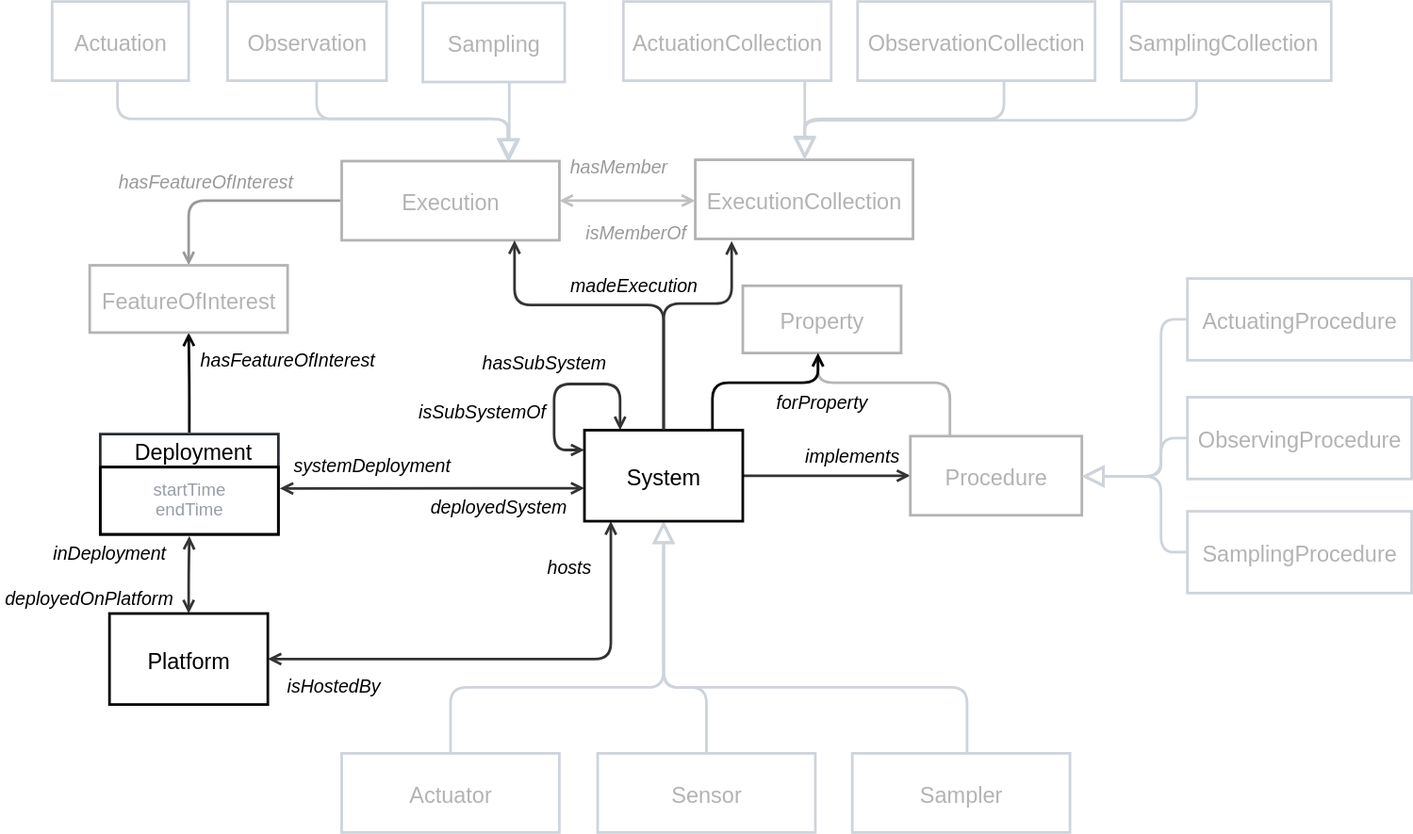
Earlier version of the draw.io export ssn/images/System.svg (w3c/sdw-sosa-ssn). Source tidied: cells renumbered, new cells last; positions are measured from the earlier drawing's top-left corner, leaving out a move shared by most shapes.
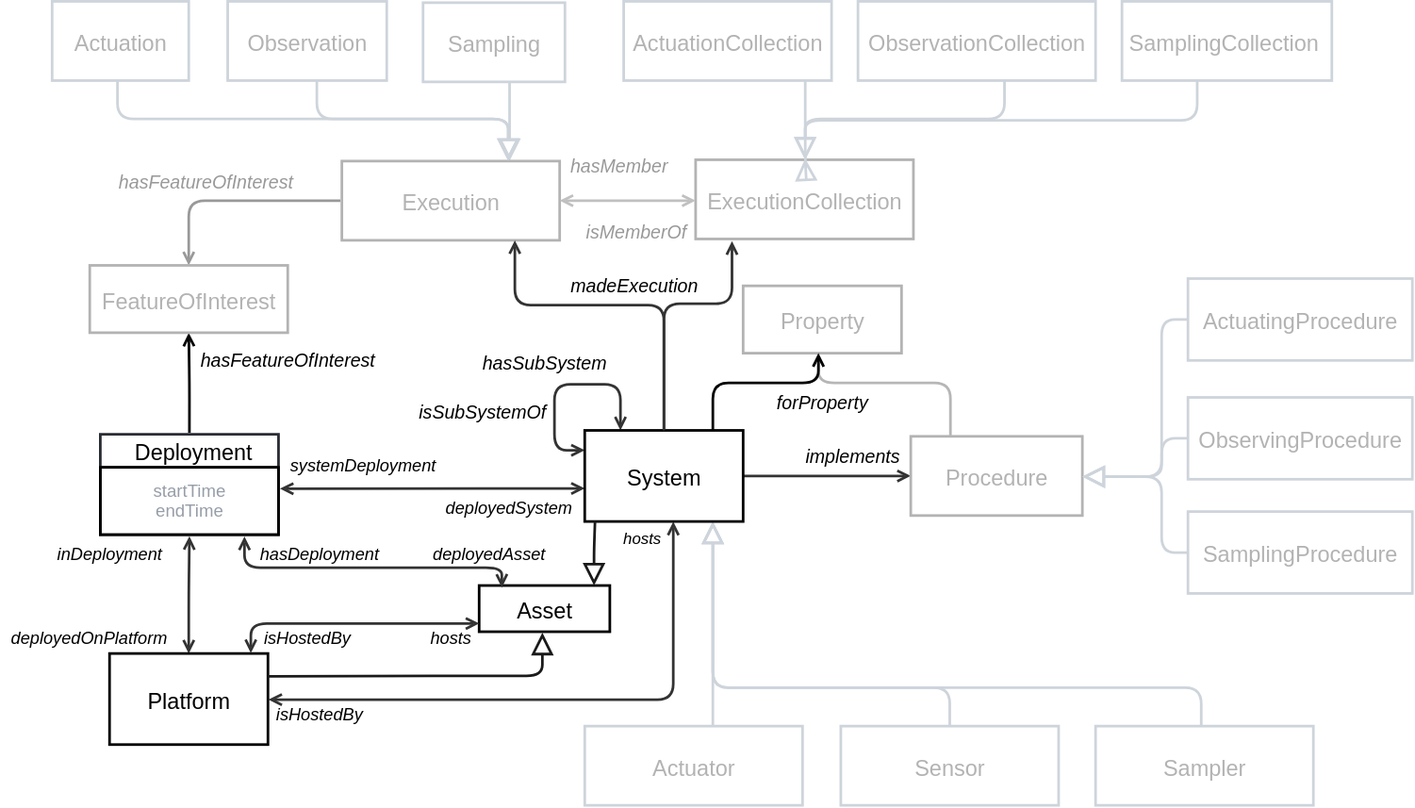
Above is the later version.

Commit message:
Add Asset class

The edit, as a diff of the source:
```diff
@@ -5,35 +5,35 @@
     <mxCell id="2" style="html=1;jettySize=18;whiteSpace=wrap;fontSize=13;strokeColor=#ced4db;strokeOpacity=100;strokeWidth=2;rounded=1;arcSize=24;edgeStyle=orthogonalEdgeStyle;startArrow=none;lucidId=mZ7gNv0EZhdO;endArrow=block;endFill=0;endSize=12;convertToSvg=1;fontColor=default;" parent="1" edge="1" source="5" target="39">
       <mxGeometry relative="1" as="geometry">
         <Array as="points">
-          <mxPoint x="341" y="520" />
-          <mxPoint x="503" y="520" />
+          <mxPoint x="540" y="469" />
+          <mxPoint x="540" y="469" />
         </Array>
       </mxGeometry>
     </mxCell>
     <mxCell id="3" style="html=1;jettySize=18;whiteSpace=wrap;fontSize=13;strokeColor=#ced4db;strokeOpacity=100;strokeWidth=2;rounded=1;arcSize=24;edgeStyle=orthogonalEdgeStyle;startArrow=none;lucidId=mZ7gj8rKbnH2;endArrow=block;endFill=0;endSize=12;convertToSvg=1;fontColor=default;" parent="1" edge="1" source="6" target="39">
       <mxGeometry relative="1" as="geometry">
         <Array as="points">
-          <mxPoint x="535" y="520" />
-          <mxPoint x="503" y="520" />
+          <mxPoint x="720" y="520" />
+          <mxPoint x="540" y="520" />
         </Array>
       </mxGeometry>
     </mxCell>
     <mxCell id="4" style="html=1;jettySize=18;whiteSpace=wrap;fontSize=13;strokeColor=#ced4db;strokeOpacity=100;strokeWidth=2;rounded=1;arcSize=24;edgeStyle=orthogonalEdgeStyle;startArrow=none;lucidId=mZ7gQO0Ui_TG;endArrow=block;endFill=0;endSize=12;convertToSvg=1;fontColor=default;" parent="1" edge="1" source="7" target="39">
       <mxGeometry relative="1" as="geometry">
         <Array as="points">
-          <mxPoint x="733" y="520" />
-          <mxPoint x="503" y="520" />
+          <mxPoint x="910" y="520" />
+          <mxPoint x="540" y="520" />
         </Array>
       </mxGeometry>
     </mxCell>
     <mxCell id="5" value="Actuator" style="html=1;overflow=block;blockSpacing=1;whiteSpace=wrap;fontSize=16.8;align=center;spacing=0;strokeColor=#ced4db;strokeOpacity=100;fillColor=none;strokeWidth=2;convertToSvg=1;fontColor=#B3B3B3;" parent="1" vertex="1">
-      <mxGeometry x="259" y="570" width="165" height="60" as="geometry" />
+      <mxGeometry x="443" y="549" width="165" height="60" as="geometry" />
     </mxCell>
     <mxCell id="6" value="Sensor" style="html=1;overflow=block;blockSpacing=1;whiteSpace=wrap;fontSize=16.8;align=center;spacing=0;strokeColor=#ced4db;strokeOpacity=100;fillColor=none;strokeWidth=2;convertToSvg=1;fontColor=#B3B3B3;" parent="1" vertex="1">
-      <mxGeometry x="453" y="570" width="165" height="60" as="geometry" />
+      <mxGeometry x="637" y="549" width="165" height="60" as="geometry" />
     </mxCell>
     <mxCell id="7" value="Sampler" style="html=1;overflow=block;blockSpacing=1;whiteSpace=wrap;fontSize=16.8;align=center;spacing=0;strokeColor=#ced4db;strokeOpacity=100;fillColor=none;strokeWidth=2;convertToSvg=1;fontColor=#B3B3B3;" parent="1" vertex="1">
-      <mxGeometry x="646" y="570" width="165" height="60" as="geometry" />
+      <mxGeometry x="830" y="549" width="165" height="60" as="geometry" />
     </mxCell>
     <mxCell id="8" style="html=1;jettySize=18;whiteSpace=wrap;fontSize=13;strokeColor=#333333;strokeOpacity=100;strokeWidth=2;rounded=1;arcSize=24;edgeStyle=orthogonalEdgeStyle;startArrow=open;endArrow=open;entryX=1.008;entryY=0.726;entryPerimeter=0;lucidId=HEhh1fu0rY2y;convertToSvg=1;fontColor=default;" parent="1" edge="1">
       <mxGeometry relative="1" as="geometry">
@@ -57,33 +57,33 @@
     <mxCell id="10" value="hasSubSystem" style="html=1;overflow=block;blockSpacing=1;whiteSpace=wrap;fontSize=14;fontColor=default;fontStyle=2;align=center;spacing=0;strokeColor=none;strokeOpacity=100;fillOpacity=100;fillColor=none;strokeWidth=2;lucidId=dFhhneJ8cAa3;convertToSvg=1;" parent="1" vertex="1">
       <mxGeometry x="352.5" y="258" width="120" height="30" as="geometry" />
     </mxCell>
-    <mxCell id="11" value="systemDeployment" style="html=1;overflow=block;blockSpacing=1;whiteSpace=wrap;fontSize=14;fontColor=default;fontStyle=2;align=center;spacing=0;strokeColor=none;strokeOpacity=100;fillOpacity=100;fillColor=none;strokeWidth=2;lucidId=FFhhL7GxmDA3;convertToSvg=1;" parent="1" vertex="1">
-      <mxGeometry x="218" y="335" width="128" height="31" as="geometry" />
+    <mxCell id="11" value="systemDeployment" style="html=1;overflow=block;blockSpacing=1;whiteSpace=wrap;fontSize=13;fontColor=default;fontStyle=2;align=center;spacing=0;strokeColor=none;strokeOpacity=100;fillOpacity=100;fillColor=none;strokeWidth=2;lucidId=FFhhL7GxmDA3;convertToSvg=1;" parent="1" vertex="1">
+      <mxGeometry x="211" y="335" width="128" height="31" as="geometry" />
     </mxCell>
-    <mxCell id="12" value="deployedSystem" style="html=1;overflow=block;blockSpacing=1;whiteSpace=wrap;fontSize=14;fontColor=default;fontStyle=2;align=center;spacing=0;strokeColor=none;strokeOpacity=100;fillOpacity=100;fillColor=none;strokeWidth=2;lucidId=RFhhXdKV9XZ2;convertToSvg=1;" parent="1" vertex="1">
-      <mxGeometry x="313" y="366" width="130" height="33" as="geometry" />
+    <mxCell id="12" value="deployedSystem" style="html=1;overflow=block;blockSpacing=1;whiteSpace=wrap;fontSize=13;fontColor=default;fontStyle=2;align=center;spacing=0;strokeColor=none;strokeOpacity=100;fillOpacity=100;fillColor=none;strokeWidth=2;lucidId=RFhhXdKV9XZ2;convertToSvg=1;" parent="1" vertex="1">
+      <mxGeometry x="320.5" y="366" width="130" height="33" as="geometry" />
     </mxCell>
-    <mxCell id="13" style="html=1;jettySize=18;whiteSpace=wrap;fontSize=13;strokeColor=#333333;strokeOpacity=100;strokeWidth=2;rounded=1;arcSize=24;edgeStyle=orthogonalEdgeStyle;startArrow=open;endArrow=open;lucidId=KGhhT0ZmS~lI;convertToSvg=1;fontColor=default;" parent="1" edge="1" source="37" target="39">
+    <mxCell id="13" style="html=1;jettySize=18;whiteSpace=wrap;fontSize=13;strokeColor=#333333;strokeOpacity=100;strokeWidth=2;rounded=1;arcSize=24;edgeStyle=orthogonalEdgeStyle;startArrow=open;endArrow=open;lucidId=KGhhT0ZmS~lI;convertToSvg=1;fontColor=default;entryX=0.559;entryY=1.001;entryDx=0;entryDy=0;entryPerimeter=0;exitX=1.003;exitY=0.507;exitDx=0;exitDy=0;exitPerimeter=0;" parent="1" edge="1" source="37" target="39">
       <mxGeometry relative="1" as="geometry">
         <Array as="points">
-          <mxPoint x="463" y="498" />
+          <mxPoint x="510" y="529" />
         </Array>
       </mxGeometry>
     </mxCell>
-    <mxCell id="14" value="isHostedBy" style="html=1;overflow=block;blockSpacing=1;whiteSpace=wrap;fontSize=14;fontColor=default;fontStyle=2;align=center;spacing=0;strokeColor=none;strokeOpacity=100;fillOpacity=100;fillColor=none;strokeWidth=2;lucidId=RGhhCfsLPrvG;convertToSvg=1;" parent="1" vertex="1">
-      <mxGeometry x="203" y="508" width="100" height="20" as="geometry" />
+    <mxCell id="14" value="isHostedBy" style="html=1;overflow=block;blockSpacing=1;whiteSpace=wrap;fontSize=13;fontColor=default;fontStyle=2;align=center;spacing=0;strokeColor=none;strokeOpacity=100;fillOpacity=100;fillColor=none;strokeWidth=2;lucidId=RGhhCfsLPrvG;convertToSvg=1;" parent="1" vertex="1">
+      <mxGeometry x="182.8" y="471.5" width="100" height="20" as="geometry" />
     </mxCell>
-    <mxCell id="15" value="hosts" style="html=1;overflow=block;blockSpacing=1;whiteSpace=wrap;fontSize=14;fontColor=default;fontStyle=2;align=center;spacing=0;strokeColor=none;strokeOpacity=100;fillOpacity=100;fillColor=none;strokeWidth=2;lucidId=8Ghhq_Vs2Scc;convertToSvg=1;" parent="1" vertex="1">
-      <mxGeometry x="403" y="416" width="57" height="24" as="geometry" />
+    <mxCell id="15" value="hosts" style="html=1;overflow=block;blockSpacing=1;whiteSpace=wrap;fontSize=12;fontColor=default;fontStyle=2;align=center;spacing=0;strokeColor=none;strokeOpacity=100;fillOpacity=100;fillColor=none;strokeWidth=2;lucidId=8Ghhq_Vs2Scc;convertToSvg=1;" parent="1" vertex="1">
+      <mxGeometry x="458" y="394" width="57" height="24" as="geometry" />
     </mxCell>
     <mxCell id="16" style="html=1;jettySize=18;whiteSpace=wrap;fontSize=13;strokeColor=#333333;strokeOpacity=100;strokeWidth=2;rounded=1;arcSize=24;edgeStyle=orthogonalEdgeStyle;startArrow=open;endArrow=open;entryX=0.5;entryY=1.015;entryPerimeter=0;lucidId=6Hhh0aeOlLre;convertToSvg=1;fontColor=default;" parent="1" edge="1" source="37" target="32">
       <mxGeometry relative="1" as="geometry" />
     </mxCell>
-    <mxCell id="17" value="inDeployment" style="html=1;overflow=block;blockSpacing=1;whiteSpace=wrap;fontSize=14;fontColor=default;fontStyle=2;align=center;spacing=0;strokeColor=none;strokeOpacity=100;fillOpacity=100;fillColor=none;strokeWidth=2;lucidId=cIhhUauUb0li;convertToSvg=1;" parent="1" vertex="1">
+    <mxCell id="17" value="inDeployment" style="html=1;overflow=block;blockSpacing=1;whiteSpace=wrap;fontSize=13;fontColor=default;fontStyle=2;align=center;spacing=0;strokeColor=none;strokeOpacity=100;fillOpacity=100;fillColor=none;strokeWidth=2;lucidId=cIhhUauUb0li;convertToSvg=1;" parent="1" vertex="1">
       <mxGeometry x="23" y="410" width="120" height="15" as="geometry" />
     </mxCell>
-    <mxCell id="18" value="deployedOnPlatform" style="html=1;overflow=block;blockSpacing=1;whiteSpace=wrap;fontSize=14;fontColor=default;fontStyle=2;align=center;spacing=0;strokeColor=none;strokeOpacity=100;fillOpacity=100;fillColor=none;strokeWidth=2;lucidId=qIhhbQgKS0fw;convertToSvg=1;" parent="1" vertex="1">
-      <mxGeometry y="439" width="135" height="25" as="geometry" />
+    <mxCell id="18" value="deployedOnPlatform" style="html=1;overflow=block;blockSpacing=1;whiteSpace=wrap;fontSize=13;fontColor=default;fontStyle=2;align=center;spacing=0;strokeColor=none;strokeOpacity=100;fillOpacity=100;fillColor=none;strokeWidth=2;lucidId=qIhhbQgKS0fw;convertToSvg=1;" parent="1" vertex="1">
+      <mxGeometry y="469" width="135" height="25" as="geometry" />
     </mxCell>
     <mxCell id="19" value="forProperty" style="html=1;overflow=block;blockSpacing=1;whiteSpace=wrap;fontSize=14;fontStyle=2;align=center;spacing=0;strokeColor=none;strokeOpacity=100;fillOpacity=100;fillColor=none;strokeWidth=2;lucidId=9-flyV7V.OQu;convertToSvg=1;fontColor=default;" parent="1" vertex="1">
       <mxGeometry x="574" y="288" width="98" height="30" as="geometry" />
@@ -160,7 +160,7 @@
       <mxGeometry x="68" y="200" width="150" height="51" as="geometry" />
     </mxCell>
     <mxCell id="37" value="Platform" style="html=1;overflow=block;blockSpacing=1;whiteSpace=wrap;fontSize=16.8;align=center;spacing=0;strokeOpacity=100;fillColor=none;strokeWidth=2;strokeColor=default;convertToSvg=1;fontColor=default;" parent="1" vertex="1">
-      <mxGeometry x="83" y="464" width="120" height="69" as="geometry" />
+      <mxGeometry x="83" y="494" width="120" height="69" as="geometry" />
     </mxCell>
     <mxCell id="38" value="Procedure" style="html=1;overflow=block;blockSpacing=1;whiteSpace=wrap;fontSize=16.8;align=center;spacing=0;strokeColor=#B3B3B3;strokeOpacity=100;fillColor=none;strokeWidth=2;convertToSvg=1;fontColor=#B3B3B3;" parent="1" vertex="1">
       <mxGeometry x="690" y="329.5" width="130" height="60" as="geometry" />
@@ -290,5 +290,51 @@
     <mxCell id="61" value="ObservationCollection" style="html=1;overflow=block;blockSpacing=1;whiteSpace=wrap;fontSize=16.8;align=center;spacing=0;strokeColor=#ced4db;strokeOpacity=100;fillColor=none;strokeWidth=2;convertToSvg=1;fontColor=#B3B3B3;" parent="1" vertex="1">
       <mxGeometry x="650" width="180" height="60" as="geometry" />
     </mxCell>
+    <mxCell id="62" value="Asset" style="html=1;overflow=block;blockSpacing=1;whiteSpace=wrap;fontSize=16.8;align=center;spacing=0;strokeOpacity=100;fillColor=none;strokeWidth=2;strokeColor=default;convertToSvg=1;fontColor=default;" parent="1" vertex="1">
+      <mxGeometry x="363" y="442.5" width="99" height="35" as="geometry" />
+    </mxCell>
+    <mxCell id="63" style="html=1;jettySize=18;whiteSpace=wrap;fontSize=13;strokeColor=#333333;strokeOpacity=100;strokeWidth=2;rounded=1;arcSize=24;edgeStyle=orthogonalEdgeStyle;startArrow=open;endArrow=open;lucidId=KGhhT0ZmS~lI;convertToSvg=1;fontColor=default;entryX=0.001;entryY=0.822;entryDx=0;entryDy=0;entryPerimeter=0;exitX=0.892;exitY=-0.004;exitDx=0;exitDy=0;exitPerimeter=0;" parent="1" edge="1" source="37" target="62">
+      <mxGeometry relative="1" as="geometry">
+        <Array as="points">
+          <mxPoint x="190" y="471" />
+        </Array>
+      </mxGeometry>
+    </mxCell>
+    <mxCell id="64" style="html=1;jettySize=18;whiteSpace=wrap;fontSize=13;strokeColor=#333333;strokeOpacity=100;strokeWidth=2;rounded=1;arcSize=24;edgeStyle=orthogonalEdgeStyle;startArrow=open;endArrow=open;lucidId=KGhhT0ZmS~lI;convertToSvg=1;fontColor=default;exitX=0.809;exitY=1.028;exitDx=0;exitDy=0;exitPerimeter=0;entryX=0.174;entryY=0.047;entryDx=0;entryDy=0;entryPerimeter=0;" parent="1" edge="1" source="33" target="62">
+      <mxGeometry relative="1" as="geometry">
+        <Array as="points">
+          <mxPoint x="185" y="429" />
+          <mxPoint x="380" y="429" />
+        </Array>
+      </mxGeometry>
+    </mxCell>
+    <mxCell id="65" value="hasDeployment" style="html=1;overflow=block;blockSpacing=1;whiteSpace=wrap;fontSize=13;fontColor=default;fontStyle=2;align=center;spacing=0;strokeColor=none;strokeOpacity=100;fillOpacity=100;fillColor=none;strokeWidth=2;lucidId=cIhhUauUb0li;convertToSvg=1;" parent="1" vertex="1">
+      <mxGeometry x="182" y="410" width="120" height="15" as="geometry" />
+    </mxCell>
+    <mxCell id="66" value="hosts" style="html=1;overflow=block;blockSpacing=1;whiteSpace=wrap;fontSize=13;fontColor=default;fontStyle=2;align=center;spacing=0;strokeColor=none;strokeOpacity=100;fillOpacity=100;fillColor=none;strokeWidth=2;lucidId=8Ghhq_Vs2Scc;convertToSvg=1;" parent="1" vertex="1">
+      <mxGeometry x="313" y="469" width="57" height="24" as="geometry" />
+    </mxCell>
+    <mxCell id="67" value="deployedAsset" style="html=1;overflow=block;blockSpacing=1;whiteSpace=wrap;fontSize=13;fontColor=default;fontStyle=2;align=center;spacing=0;strokeColor=none;strokeOpacity=100;fillOpacity=100;fillColor=none;strokeWidth=2;lucidId=cIhhUauUb0li;convertToSvg=1;" parent="1" vertex="1">
+      <mxGeometry x="310.5" y="410" width="120" height="15" as="geometry" />
+    </mxCell>
+    <mxCell id="68" value="isHostedBy" style="html=1;overflow=block;blockSpacing=1;whiteSpace=wrap;fontSize=13;fontColor=default;fontStyle=2;align=center;spacing=0;strokeColor=none;strokeOpacity=100;fillOpacity=100;fillColor=none;strokeWidth=2;lucidId=RGhhCfsLPrvG;convertToSvg=1;" parent="1" vertex="1">
+      <mxGeometry x="192" y="529" width="100" height="20" as="geometry" />
+    </mxCell>
+    <mxCell id="69" style="html=1;jettySize=18;whiteSpace=wrap;fontSize=13;strokeColor=#1A1A1A;strokeOpacity=100;strokeWidth=2;rounded=1;arcSize=24;edgeStyle=orthogonalEdgeStyle;startArrow=block;lucidId=mZ7gNv0EZhdO;endArrow=none;endFill=0;endSize=12;convertToSvg=1;fontColor=default;entryX=1;entryY=0.25;entryDx=0;entryDy=0;exitX=0.484;exitY=1.02;exitDx=0;exitDy=0;exitPerimeter=0;startFill=0;startSize=12;" parent="1" edge="1" source="62" target="37">
+      <mxGeometry relative="1" as="geometry">
+        <Array as="points">
+          <mxPoint x="340" y="511" />
+          <mxPoint x="203" y="511" />
+        </Array>
+      </mxGeometry>
+    </mxCell>
+    <mxCell id="70" style="html=1;jettySize=18;whiteSpace=wrap;fontSize=13;strokeColor=#1A1A1A;strokeOpacity=100;strokeWidth=2;rounded=1;arcSize=24;edgeStyle=orthogonalEdgeStyle;startArrow=block;lucidId=mZ7gNv0EZhdO;endArrow=none;endFill=0;endSize=12;convertToSvg=1;fontColor=default;entryX=0.065;entryY=0.992;entryDx=0;entryDy=0;entryPerimeter=0;startFill=0;startSize=12;" parent="1" edge="1" source="62" target="39">
+      <mxGeometry relative="1" as="geometry">
+        <Array as="points">
+          <mxPoint x="450" y="415" />
+          <mxPoint x="451" y="415" />
+        </Array>
+      </mxGeometry>
+    </mxCell>
   </root>
 </mxGraphModel>
```
